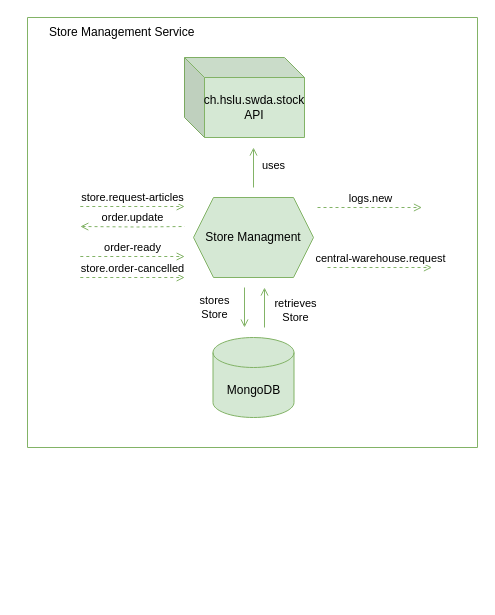
Earlier version of the draw.io diagram documentation/src/diagrams/C4/Layer2/StoreManagementService.drawio (joel-muller/hslu-swda). Source tidied: cells renumbered, new cells numbered last; positions are measured from the earlier drawing's top-left corner, leaving out a move shared by most shapes. Both pictures are drawn from the tidied source at 100%, with x=0, y=0 at pixel (27, 17).
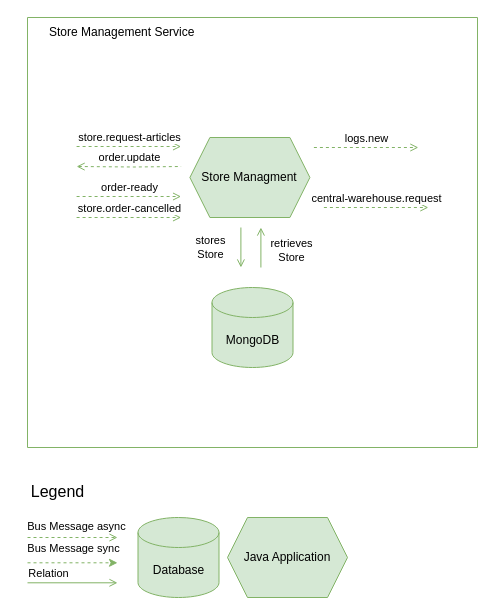
Above is the later version.

Commit message (it also covers changes not shown here):
Add missing legend to the microserivces

The change refers to these unchanged cells:
```xml
<mxCell id="2" style="swimlane;startSize=0;fillColor=#d5e8d4;strokeColor=#82b366;" parent="1" vertex="1">
  <mxGeometry width="450" height="430" as="geometry" />
</mxCell>
```

Change to the diagram source:
```diff
@@
     <mxCell id="3" value="Store Managment" style="shape=hexagon;perimeter=hexagonPerimeter2;whiteSpace=wrap;html=1;fixedSize=1;fillColor=#d5e8d4;strokeColor=#82b366;" parent="2" vertex="1">
-      <mxGeometry x="166" y="180" width="120" height="80" as="geometry" />
+      <mxGeometry x="162.4" y="120" width="120" height="80" as="geometry" />
     </mxCell>
     <mxCell id="4" value="MongoDB" style="shape=cylinder3;whiteSpace=wrap;html=1;boundedLbl=1;backgroundOutline=1;size=15;fillColor=#d5e8d4;strokeColor=#82b366;" parent="2" vertex="1">
-      <mxGeometry x="185.5" y="320" width="81" height="80" as="geometry" />
+      <mxGeometry x="184.5" y="270" width="81" height="80" as="geometry" />
     </mxCell>
     <mxCell id="5" style="endArrow=open;html=1;rounded=0;fillColor=#d5e8d4;strokeColor=#82b366;startArrow=none;startFill=0;endFill=0;" parent="2" edge="1">
       <mxGeometry relative="1" as="geometry">
-        <mxPoint x="217" y="270" as="sourcePoint" />
-        <mxPoint x="217" y="310" as="targetPoint" />
+        <mxPoint x="213.4" y="210" as="sourcePoint" />
+        <mxPoint x="213.4" y="250" as="targetPoint" />
       </mxGeometry>
     </mxCell>
@@
     <mxCell id="7" style="endArrow=none;html=1;rounded=0;fillColor=#d5e8d4;strokeColor=#82b366;startArrow=open;startFill=0;endFill=0;" parent="2" edge="1">
       <mxGeometry relative="1" as="geometry">
-        <mxPoint x="237" y="270" as="sourcePoint" />
-        <mxPoint x="237" y="310" as="targetPoint" />
+        <mxPoint x="233.4" y="210" as="sourcePoint" />
+        <mxPoint x="233.4" y="250" as="targetPoint" />
       </mxGeometry>
     </mxCell>
@@
-    <mxCell id="9" value="ch.hslu.swda.stock API" style="shape=cube;whiteSpace=wrap;html=1;boundedLbl=1;backgroundOutline=1;darkOpacity=0.05;darkOpacity2=0.1;fillColor=#d5e8d4;strokeColor=#82b366;" parent="2" vertex="1">
-      <mxGeometry x="157" y="40" width="120" height="80" as="geometry" />
-    </mxCell>
-    <mxCell id="10" style="endArrow=open;html=1;rounded=0;fillColor=#d5e8d4;strokeColor=#82b366;endFill=0;" parent="2" edge="1">
-      <mxGeometry relative="1" as="geometry">
-        <mxPoint x="226" y="170" as="sourcePoint" />
-        <mxPoint x="226" y="130" as="targetPoint" />
-      </mxGeometry>
-    </mxCell>
-    <mxCell id="11" value="uses" style="edgeLabel;html=1;align=center;verticalAlign=middle;" parent="10" vertex="1">
-      <mxGeometry x="-0.25" relative="1" as="geometry">
-        <mxPoint x="19" y="-8" as="offset" />
-      </mxGeometry>
-    </mxCell>
@@
     <mxCell id="13" style="rounded=0;orthogonalLoop=1;jettySize=auto;html=1;dashed=1;endArrow=open;endFill=0;fillColor=#d5e8d4;strokeColor=#82b366;entryX=0;entryY=0.5;entryDx=0;entryDy=0;startArrow=none;startFill=0;" parent="2" edge="1">
       <mxGeometry relative="1" as="geometry">
-        <mxPoint x="290" y="190" as="sourcePoint" />
-        <mxPoint x="394.5" y="190" as="targetPoint" />
+        <mxPoint x="286.4" y="130" as="sourcePoint" />
+        <mxPoint x="390.9" y="130" as="targetPoint" />
       </mxGeometry>
     </mxCell>
@@
     <mxCell id="15" style="rounded=0;orthogonalLoop=1;jettySize=auto;html=1;dashed=1;endArrow=open;endFill=0;fillColor=#d5e8d4;strokeColor=#82b366;entryX=0;entryY=0.5;entryDx=0;entryDy=0;" parent="2" edge="1">
       <mxGeometry relative="1" as="geometry">
-        <mxPoint x="52.8" y="189" as="sourcePoint" />
-        <mxPoint x="157.2" y="189" as="targetPoint" />
+        <mxPoint x="49.1" y="129" as="sourcePoint" />
+        <mxPoint x="153.6" y="129" as="targetPoint" />
       </mxGeometry>
     </mxCell>
@@
     <mxCell id="17" style="rounded=0;orthogonalLoop=1;jettySize=auto;html=1;dashed=1;endArrow=open;endFill=0;fillColor=#d5e8d4;strokeColor=#82b366;entryX=0;entryY=0.5;entryDx=0;entryDy=0;" parent="2" edge="1">
       <mxGeometry relative="1" as="geometry">
-        <mxPoint x="52.8" y="239" as="sourcePoint" />
-        <mxPoint x="157.2" y="239" as="targetPoint" />
+        <mxPoint x="49.1" y="179" as="sourcePoint" />
+        <mxPoint x="153.6" y="179" as="targetPoint" />
       </mxGeometry>
     </mxCell>
@@
     <mxCell id="19" style="rounded=0;orthogonalLoop=1;jettySize=auto;html=1;dashed=1;endArrow=none;endFill=0;fillColor=#d5e8d4;strokeColor=#82b366;entryX=0;entryY=0.5;entryDx=0;entryDy=0;startArrow=open;startFill=0;" parent="2" edge="1">
       <mxGeometry relative="1" as="geometry">
-        <mxPoint x="52.8" y="209" as="sourcePoint" />
-        <mxPoint x="157.2" y="209" as="targetPoint" />
+        <mxPoint x="49.1" y="149" as="sourcePoint" />
+        <mxPoint x="153.6" y="149" as="targetPoint" />
         <Array as="points">
-          <mxPoint x="110" y="209.5" />
+          <mxPoint x="106.4" y="149.5" />
         </Array>
       </mxGeometry>
     </mxCell>
@@
     <mxCell id="21" style="rounded=0;orthogonalLoop=1;jettySize=auto;html=1;dashed=1;endArrow=open;endFill=0;fillColor=#d5e8d4;strokeColor=#82b366;entryX=0;entryY=0.5;entryDx=0;entryDy=0;" parent="2" edge="1">
       <mxGeometry relative="1" as="geometry">
-        <mxPoint x="52.8" y="260" as="sourcePoint" />
-        <mxPoint x="157.2" y="260" as="targetPoint" />
+        <mxPoint x="49.1" y="200" as="sourcePoint" />
+        <mxPoint x="153.6" y="200" as="targetPoint" />
       </mxGeometry>
     </mxCell>
@@
     <mxCell id="23" style="rounded=0;orthogonalLoop=1;jettySize=auto;html=1;dashed=1;endArrow=open;endFill=0;fillColor=#d5e8d4;strokeColor=#82b366;entryX=0;entryY=0.5;entryDx=0;entryDy=0;" parent="2" edge="1">
       <mxGeometry relative="1" as="geometry">
-        <mxPoint x="300" y="250" as="sourcePoint" />
-        <mxPoint x="404.5" y="250" as="targetPoint" />
+        <mxPoint x="296.4" y="190" as="sourcePoint" />
+        <mxPoint x="400.9" y="190" as="targetPoint" />
       </mxGeometry>
     </mxCell>
@@
+    <mxCell id="25" value="Database" style="shape=cylinder3;whiteSpace=wrap;html=1;boundedLbl=1;backgroundOutline=1;size=15;fillColor=#d5e8d4;strokeColor=#82b366;" parent="1" vertex="1">
+      <mxGeometry x="110.5" y="500" width="81" height="80" as="geometry" />
+    </mxCell>
+    <mxCell id="26" value="Java Application" style="shape=hexagon;perimeter=hexagonPerimeter2;whiteSpace=wrap;html=1;fixedSize=1;fillColor=#d5e8d4;strokeColor=#82b366;" parent="1" vertex="1">
+      <mxGeometry x="200" y="500" width="120" height="80" as="geometry" />
+    </mxCell>
+    <mxCell id="27" value="Legend" style="text;html=1;align=center;verticalAlign=middle;strokeColor=none;fillColor=none;fontSize=16;" parent="1" vertex="1">
+      <mxGeometry x="-10" y="459" width="80" height="30" as="geometry" />
+    </mxCell>
+    <mxCell id="28" style="rounded=0;orthogonalLoop=1;jettySize=auto;html=1;dashed=1;endArrow=open;endFill=0;fillColor=#d5e8d4;strokeColor=#82b366;exitX=1;exitY=0.25;exitDx=0;exitDy=0;" parent="1" edge="1">
+      <mxGeometry relative="1" as="geometry">
+        <mxPoint y="520" as="sourcePoint" />
+        <mxPoint x="90" y="520" as="targetPoint" />
+      </mxGeometry>
+    </mxCell>
+    <mxCell id="29" value="Bus Message async" style="edgeLabel;html=1;align=center;verticalAlign=middle;" parent="28" vertex="1">
+      <mxGeometry x="0.07" y="1" relative="1" as="geometry">
+        <mxPoint y="-11" as="offset" />
+      </mxGeometry>
+    </mxCell>
+    <mxCell id="30" style="endArrow=none;html=1;rounded=0;fillColor=#d5e8d4;strokeColor=#82b366;startArrow=open;startFill=0;endFill=0;" parent="1" edge="1">
+      <mxGeometry relative="1" as="geometry">
+        <mxPoint x="90" y="565.3" as="sourcePoint" />
+        <mxPoint y="565.3" as="targetPoint" />
+      </mxGeometry>
+    </mxCell>
+    <mxCell id="31" value="Relation" style="edgeLabel;html=1;align=center;verticalAlign=middle;" parent="30" vertex="1">
+      <mxGeometry x="0.08" y="-2" relative="1" as="geometry">
+        <mxPoint x="-21" y="-8" as="offset" />
+      </mxGeometry>
+    </mxCell>
+    <mxCell id="32" style="rounded=0;orthogonalLoop=1;jettySize=auto;html=1;dashed=1;endArrow=classic;endFill=1;fillColor=#d5e8d4;strokeColor=#82b366;exitX=1;exitY=0.25;exitDx=0;exitDy=0;" parent="1" edge="1">
+      <mxGeometry relative="1" as="geometry">
+        <mxPoint y="545.3" as="sourcePoint" />
+        <mxPoint x="90" y="545.3" as="targetPoint" />
+      </mxGeometry>
+    </mxCell>
+    <mxCell id="33" value="Bus Message sync" style="edgeLabel;html=1;align=center;verticalAlign=middle;" parent="32" vertex="1">
+      <mxGeometry x="0.07" y="1" relative="1" as="geometry">
+        <mxPoint x="-3" y="-14" as="offset" />
+      </mxGeometry>
+    </mxCell>
```
